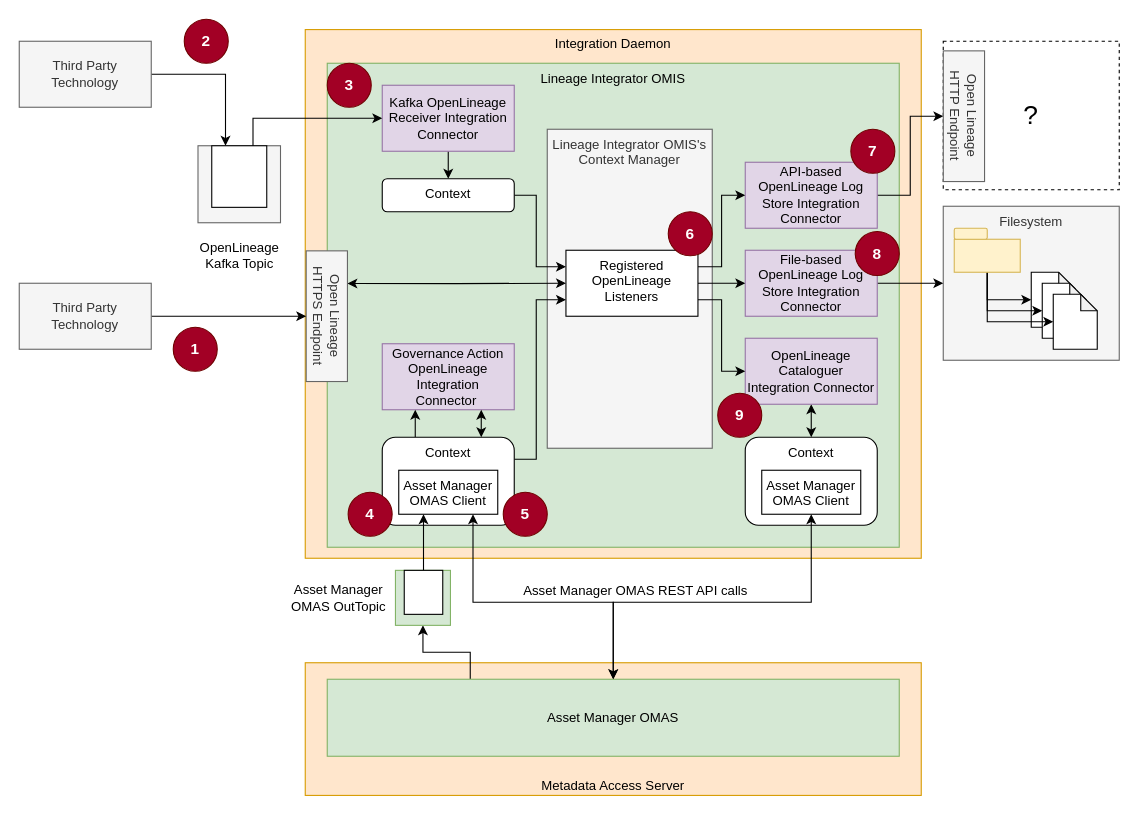
Earlier version of the draw.io diagram page "lineage-integrator" (9 of 9) of site/docs/features/lineage-management/open-lineage.drawio (odpi/egeria-docs). Source tidied: cells renumbered, new cells numbered last; positions are measured from the earlier drawing's top-left corner, leaving out a move shared by most shapes. Both pictures are drawn from the tidied source at 110%, with x=0, y=0 at pixel (19, 19).
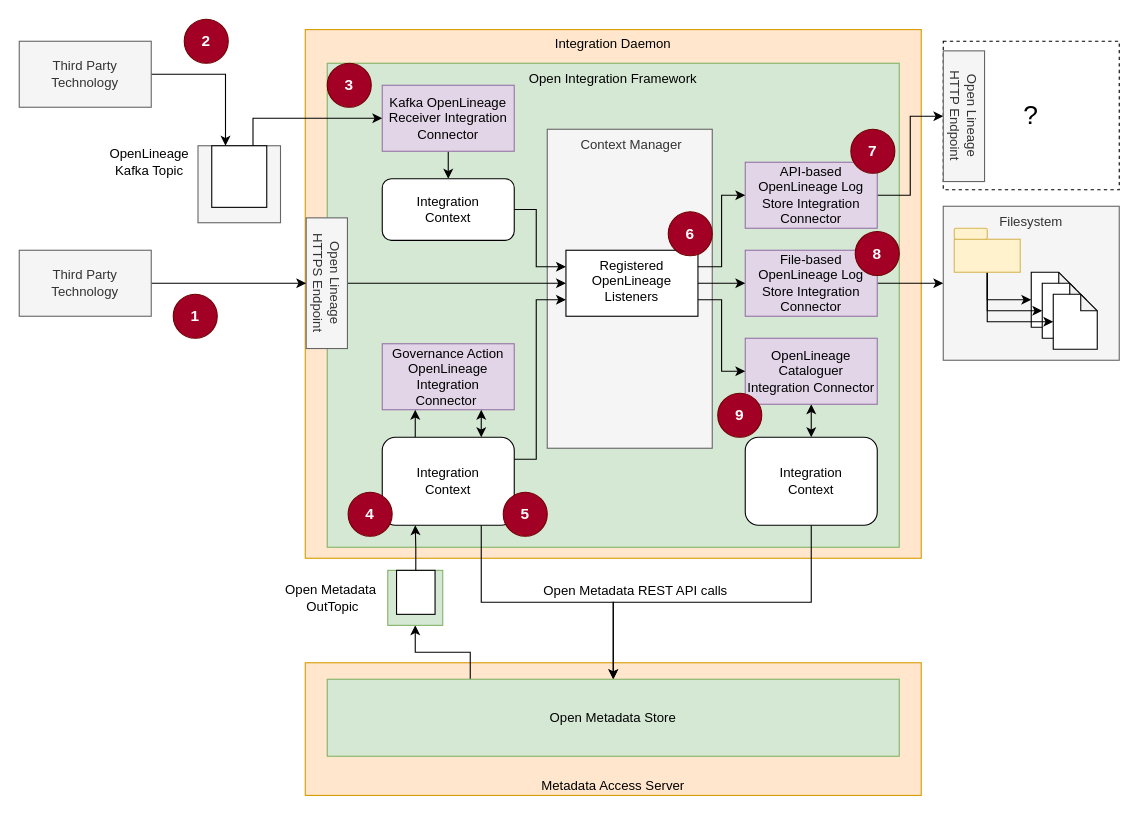
Above is the later version.

The change refers to these unchanged cells:
```xml
<mxCell id="27" value="Registered OpenLineage Listeners" style="rounded=0;whiteSpace=wrap;html=1;shadow=0;verticalAlign=top;" parent="1" vertex="1">
  <mxGeometry x="497" y="210" width="120" height="60" as="geometry" />
</mxCell>
```

Diff of the diagram source:
```diff
@@
-    <mxCell id="4" value="Lineage Integrator OMIS" style="rounded=0;whiteSpace=wrap;html=1;shadow=0;verticalAlign=top;fillColor=#d5e8d4;strokeColor=#82b366;" parent="1" vertex="1">
+    <mxCell id="4" value="Open Integration Framework" style="rounded=0;whiteSpace=wrap;html=1;shadow=0;verticalAlign=top;fillColor=#d5e8d4;strokeColor=#82b366;" parent="1" vertex="1">
       <mxGeometry x="280" y="40" width="520" height="440" as="geometry" />
     </mxCell>
@@
-    <mxCell id="23" value="Lineage Integrator OMIS's Context Manager" style="rounded=0;whiteSpace=wrap;html=1;shadow=0;verticalAlign=top;fillColor=#f5f5f5;strokeColor=#666666;fontColor=#333333;" parent="1" vertex="1">
+    <mxCell id="23" value="&amp;nbsp;Context Manager" style="rounded=0;whiteSpace=wrap;html=1;shadow=0;verticalAlign=top;fillColor=#f5f5f5;strokeColor=#666666;fontColor=#333333;" parent="1" vertex="1">
       <mxGeometry x="480" y="100" width="150" height="290" as="geometry" />
     </mxCell>
@@
+    <mxCell id="68" style="edgeStyle=orthogonalEdgeStyle;rounded=0;jettySize=auto;html=1;exitX=0.75;exitY=1;exitDx=0;exitDy=0;" parent="1" edge="1" source="31" target="41">
+      <mxGeometry relative="1" as="geometry" />
+    </mxCell>
-    <mxCell id="31" value="Context" style="rounded=1;whiteSpace=wrap;html=1;shadow=0;verticalAlign=top;" parent="1" vertex="1">
+    <mxCell id="31" value="Integration&lt;div&gt;Context&lt;/div&gt;" style="rounded=1;whiteSpace=wrap;html=1;shadow=0;verticalAlign=middle;" parent="1" vertex="1">
       <mxGeometry x="330" y="380" width="120" height="80" as="geometry" />
     </mxCell>
-    <mxCell id="32" value="Asset Manager OMAS Client" style="rounded=0;whiteSpace=wrap;html=1;shadow=0;verticalAlign=top;" parent="1" vertex="1">
-      <mxGeometry x="345" y="410" width="90" height="40" as="geometry" />
-    </mxCell>
     <mxCell id="33" style="edgeStyle=orthogonalEdgeStyle;rounded=0;sketch=0;jettySize=auto;html=1;entryX=0;entryY=0.25;entryDx=0;entryDy=0;shadow=0;exitX=1;exitY=0.5;exitDx=0;exitDy=0;" parent="1" edge="1" source="34" target="27">
       <mxGeometry relative="1" as="geometry">
         <Array as="points">
-          <mxPoint x="470" y="160" />
+          <mxPoint x="470" y="173" />
           <mxPoint x="470" y="225" />
         </Array>
       </mxGeometry>
     </mxCell>
-    <mxCell id="34" value="Context" style="rounded=1;whiteSpace=wrap;html=1;shadow=0;verticalAlign=top;rotation=0;" parent="1" vertex="1">
-      <mxGeometry x="330" y="145" width="120" height="30" as="geometry" />
+    <mxCell id="34" value="Integration&lt;div&gt;Context&lt;/div&gt;" style="rounded=1;whiteSpace=wrap;html=1;shadow=0;verticalAlign=middle;rotation=0;" parent="1" vertex="1">
+      <mxGeometry x="330" y="145" width="120" height="56" as="geometry" />
     </mxCell>
@@
+    <mxCell id="69" style="edgeStyle=orthogonalEdgeStyle;rounded=0;jettySize=auto;html=1;exitX=0.5;exitY=1;exitDx=0;exitDy=0;" parent="1" edge="1" source="37" target="41">
+      <mxGeometry relative="1" as="geometry" />
+    </mxCell>
-    <mxCell id="37" value="Context" style="rounded=1;whiteSpace=wrap;html=1;shadow=0;verticalAlign=top;" parent="1" vertex="1">
+    <mxCell id="37" value="Integration&lt;div&gt;Context&lt;/div&gt;" style="rounded=1;whiteSpace=wrap;html=1;shadow=0;verticalAlign=middle;" parent="1" vertex="1">
       <mxGeometry x="660" y="380" width="120" height="80" as="geometry" />
     </mxCell>
-    <mxCell id="38" style="edgeStyle=orthogonalEdgeStyle;rounded=0;sketch=0;jettySize=auto;html=1;entryX=0.5;entryY=0;entryDx=0;entryDy=0;shadow=0;startArrow=classic;startFill=1;" parent="1" edge="1" source="39" target="41">
-      <mxGeometry relative="1" as="geometry">
-        <Array as="points">
-          <mxPoint x="720" y="530" />
-          <mxPoint x="540" y="530" />
-        </Array>
-      </mxGeometry>
-    </mxCell>
-    <mxCell id="39" value="Asset Manager OMAS Client" style="rounded=0;whiteSpace=wrap;html=1;shadow=0;verticalAlign=top;" parent="1" vertex="1">
-      <mxGeometry x="675" y="410" width="90" height="40" as="geometry" />
-    </mxCell>
@@
-    <mxCell id="41" value="Asset Manager OMAS" style="rounded=0;whiteSpace=wrap;html=1;shadow=0;verticalAlign=middle;fillColor=#d5e8d4;strokeColor=#82b366;" parent="1" vertex="1">
+    <mxCell id="41" value="Open Metadata Store" style="rounded=0;whiteSpace=wrap;html=1;shadow=0;verticalAlign=middle;fillColor=#d5e8d4;strokeColor=#82b366;" parent="1" vertex="1">
       <mxGeometry x="280" y="600" width="520" height="70" as="geometry" />
     </mxCell>
@@
     <mxCell id="45" value="OpenLineage&lt;br&gt;Kafka Topic" style="text;html=1;align=center;verticalAlign=middle;strokeColor=none;fontSize=12;fontFamily=Helvetica;fontColor=#000000;" parent="1" vertex="1">
-      <mxGeometry x="155" y="200" width="90" height="30" as="geometry" />
+      <mxGeometry x="72.5" y="115" width="90" height="30" as="geometry" />
     </mxCell>
@@
-    <mxCell id="47" value="Asset Manager&lt;br&gt;OMAS OutTopic" style="text;html=1;align=center;verticalAlign=middle;strokeColor=none;fontSize=12;fontFamily=Helvetica;fontColor=#000000;" parent="1" vertex="1">
-      <mxGeometry x="240" y="511" width="100" height="30" as="geometry" />
+    <mxCell id="47" value="Open Metadata&lt;div&gt;&amp;nbsp;OutTopic&lt;/div&gt;" style="text;html=1;align=center;verticalAlign=middle;strokeColor=none;fontSize=12;fontFamily=Helvetica;fontColor=#000000;" parent="1" vertex="1">
+      <mxGeometry x="228" y="506" width="110" height="40" as="geometry" />
     </mxCell>
     <mxCell id="48" style="rounded=0;whiteSpace=wrap;html=1;fontFamily=Helvetica;fontSize=12;align=center;fillColor=#d5e8d4;strokeColor=#82b366;" parent="1" vertex="1">
-      <mxGeometry x="342" y="501" width="50" height="50" as="geometry" />
+      <mxGeometry x="335" y="501" width="50" height="50" as="geometry" />
     </mxCell>
-    <mxCell id="49" style="edgeStyle=orthogonalEdgeStyle;rounded=0;sketch=0;jettySize=auto;html=1;entryX=0.25;entryY=1;entryDx=0;entryDy=0;shadow=0;startArrow=none;startFill=0;" parent="1" edge="1" source="50" target="32">
+    <mxCell id="49" style="edgeStyle=orthogonalEdgeStyle;rounded=0;sketch=0;jettySize=auto;html=1;entryX=0.25;entryY=1;entryDx=0;entryDy=0;shadow=0;startArrow=none;startFill=0;" parent="1" edge="1" source="50" target="31">
       <mxGeometry relative="1" as="geometry" />
     </mxCell>
     <mxCell id="50" style="rounded=0;whiteSpace=wrap;html=1;fontFamily=Helvetica;fontSize=12;fontColor=#000000;align=center;" parent="1" vertex="1">
-      <mxGeometry x="350" y="501" width="35" height="40" as="geometry" />
+      <mxGeometry x="343" y="501" width="35" height="40" as="geometry" />
     </mxCell>
-    <mxCell id="51" style="edgeStyle=orthogonalEdgeStyle;rounded=0;sketch=0;jettySize=auto;html=1;entryX=0.75;entryY=1;entryDx=0;entryDy=0;shadow=0;startArrow=classic;startFill=1;exitX=0.5;exitY=0;exitDx=0;exitDy=0;" parent="1" edge="1" source="41" target="32">
-      <mxGeometry relative="1" as="geometry">
-        <Array as="points">
-          <mxPoint x="540" y="530" />
-          <mxPoint x="413" y="530" />
-        </Array>
-      </mxGeometry>
-    </mxCell>
-    <mxCell id="52" value="Asset Manager OMAS REST API calls" style="text;html=1;align=center;verticalAlign=middle;strokeColor=none;fillColor=none;" parent="1" vertex="1">
-      <mxGeometry x="450" y="510" width="220" height="20" as="geometry" />
+    <mxCell id="52" value="Open Metadata REST API calls" style="text;html=1;align=center;verticalAlign=middle;strokeColor=none;fillColor=none;" parent="1" vertex="1">
+      <mxGeometry x="465" y="505" width="190" height="30" as="geometry" />
     </mxCell>
-    <mxCell id="53" style="edgeStyle=orthogonalEdgeStyle;rounded=0;sketch=0;jettySize=auto;html=1;exitX=0.25;exitY=0;exitDx=0;exitDy=0;entryX=0;entryY=0.5;entryDx=0;entryDy=0;shadow=0;startArrow=classic;startFill=1;" parent="1" edge="1" source="54" target="27">
+    <mxCell id="53" style="edgeStyle=orthogonalEdgeStyle;rounded=0;sketch=0;jettySize=auto;html=1;exitX=0.5;exitY=0;exitDx=0;exitDy=0;entryX=0;entryY=0.5;entryDx=0;entryDy=0;shadow=0;startArrow=none;startFill=0;" parent="1" edge="1" source="54" target="27">
       <mxGeometry relative="1" as="geometry" />
     </mxCell>
     <mxCell id="54" value="Open Lineage&lt;br&gt;HTTPS Endpoint" style="rounded=0;whiteSpace=wrap;html=1;fontFamily=Helvetica;fontSize=12;align=center;rotation=90;fillColor=#f5f5f5;strokeColor=#666666;fontColor=#333333;" parent="1" vertex="1">
-      <mxGeometry x="220.2" y="251.2" width="118.8" height="37.5" as="geometry" />
+      <mxGeometry x="220.2" y="221.2" width="118.8" height="37.5" as="geometry" />
     </mxCell>
@@
     <mxCell id="56" value="Third Party Technology" style="rounded=0;whiteSpace=wrap;html=1;shadow=0;verticalAlign=middle;fillColor=#f5f5f5;strokeColor=#666666;fontColor=#333333;" parent="1" vertex="1">
-      <mxGeometry y="240" width="120" height="60" as="geometry" />
+      <mxGeometry y="210" width="120" height="60" as="geometry" />
     </mxCell>
@@
     <mxCell id="67" value="1" style="ellipse;whiteSpace=wrap;html=1;shadow=0;verticalAlign=middle;fontSize=14;fontStyle=1;fillColor=#a20025;strokeColor=#6F0000;fontColor=#ffffff;" parent="1" vertex="1">
-      <mxGeometry x="140" y="280" width="40" height="40" as="geometry" />
+      <mxGeometry x="140" y="250" width="40" height="40" as="geometry" />
     </mxCell>
```
